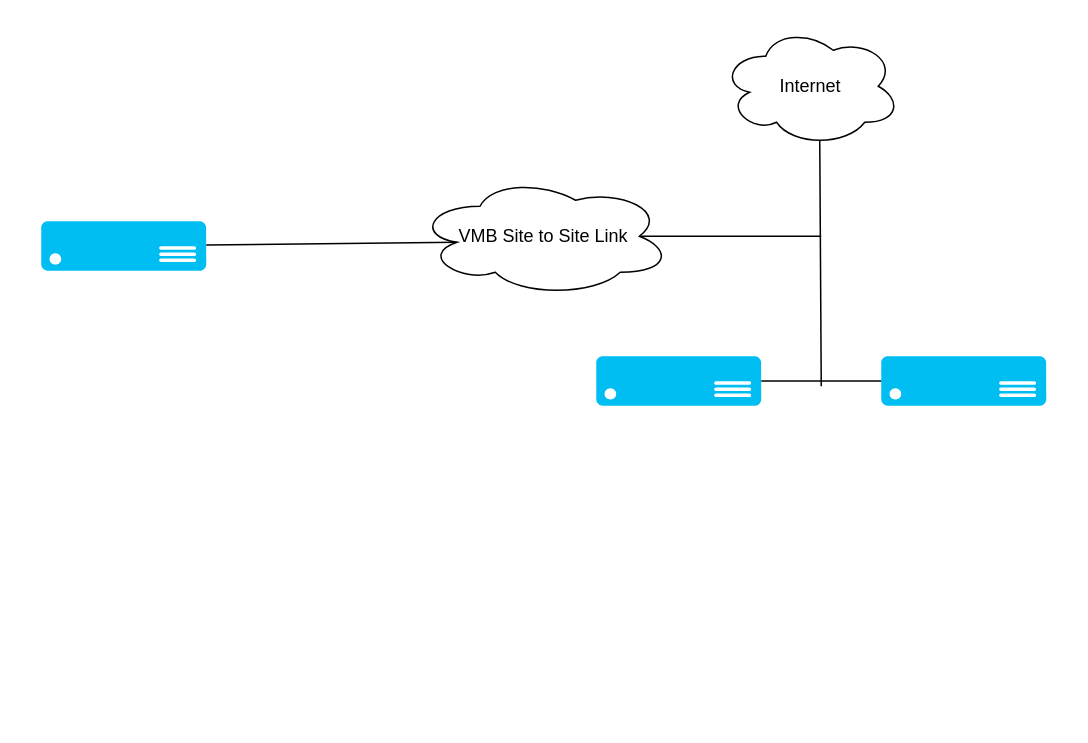
LewisSenior/PowershellPit keeps this draw.io diagram as SS.drawio. Above is the earlier version. Source tidied: cells renumbered, new cells numbered last; positions are measured from the earlier drawing's top-left corner, leaving out a move shared by most shapes. Both pictures are drawn from the tidied source at 150%, with x=0, y=0 at pixel (40, 26).
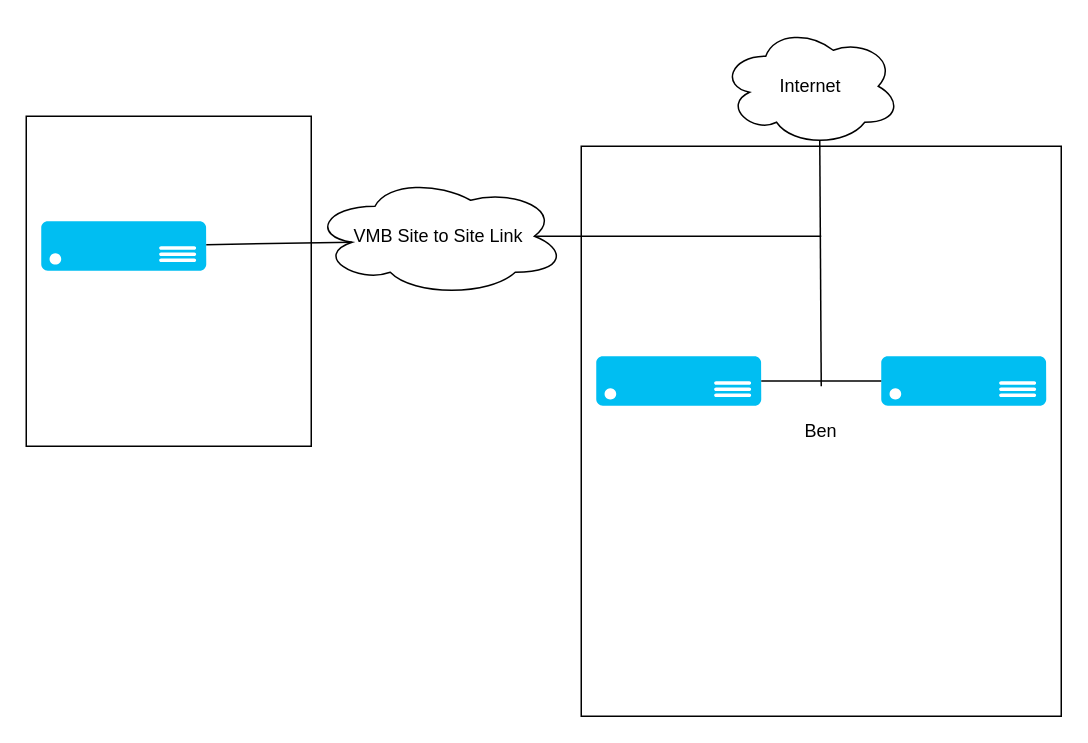
After the change.

The edit, as a diff of the source:
```diff
@@
 <mxGraphModel>
   <root>
     <mxCell id="0" />
     <mxCell id="1" parent="0" />
+    <mxCell id="11" style="rounded=0;whiteSpace=wrap;html=1;" parent="1" vertex="1">
+      <mxGeometry x="-10" y="60" width="190" height="220" as="geometry" />
+    </mxCell>
+    <mxCell id="12" value="Ben" style="rounded=0;whiteSpace=wrap;html=1;" parent="1" vertex="1">
+      <mxGeometry x="360" y="80" width="320" height="380" as="geometry" />
+    </mxCell>
     <mxCell id="2" style="verticalLabelPosition=bottom;html=1;verticalAlign=top;align=center;strokeColor=none;fillColor=#00BEF2;shape=mxgraph.azure.server;" parent="1" vertex="1">
       <mxGeometry x="370" y="220" width="110" height="33" as="geometry" />
     </mxCell>
     <mxCell id="3" style="verticalLabelPosition=bottom;html=1;verticalAlign=top;align=center;strokeColor=none;fillColor=#00BEF2;shape=mxgraph.azure.server;" parent="1" vertex="1">
       <mxGeometry x="560" y="220" width="110" height="33" as="geometry" />
     </mxCell>
     <mxCell id="4" style="verticalLabelPosition=bottom;html=1;verticalAlign=top;align=center;strokeColor=none;fillColor=#00BEF2;shape=mxgraph.azure.server;" parent="1" vertex="1">
       <mxGeometry y="130" width="110" height="33" as="geometry" />
     </mxCell>
     <mxCell id="5" style="endArrow=none;html=1;entryX=0;entryY=0.5;entryDx=0;entryDy=0;entryPerimeter=0;exitX=1;exitY=0.5;exitDx=0;exitDy=0;exitPerimeter=0;" parent="1" edge="1" source="2" target="3">
       <mxGeometry relative="1" as="geometry" />
     </mxCell>
     <mxCell id="6" value="Internet" style="ellipse;shape=cloud;whiteSpace=wrap;html=1;" parent="1" vertex="1">
       <mxGeometry x="453" width="120" height="80" as="geometry" />
     </mxCell>
     <mxCell id="7" value="VMB Site to Site Link" style="ellipse;shape=cloud;whiteSpace=wrap;html=1;" parent="1" vertex="1">
-      <mxGeometry x="250" y="100" width="170" height="80" as="geometry" />
+      <mxGeometry x="180" y="100" width="170" height="80" as="geometry" />
     </mxCell>
     <mxCell id="8" style="endArrow=none;html=1;exitX=0.875;exitY=0.5;exitDx=0;exitDy=0;exitPerimeter=0;" parent="1" edge="1" source="7">
       <mxGeometry relative="1" as="geometry">
         <mxPoint x="520" y="140" as="targetPoint" />
       </mxGeometry>
     </mxCell>
     <mxCell id="9" style="endArrow=none;html=1;entryX=0.16;entryY=0.55;entryDx=0;entryDy=0;entryPerimeter=0;" parent="1" edge="1" source="4" target="7">
       <mxGeometry relative="1" as="geometry" />
     </mxCell>
     <mxCell id="10" style="endArrow=none;html=1;entryX=0.55;entryY=0.95;entryDx=0;entryDy=0;entryPerimeter=0;" parent="1" edge="1" target="6">
       <mxGeometry relative="1" as="geometry">
         <mxPoint x="520" y="240" as="sourcePoint" />
       </mxGeometry>
     </mxCell>
   </root>
 </mxGraphModel>
```
